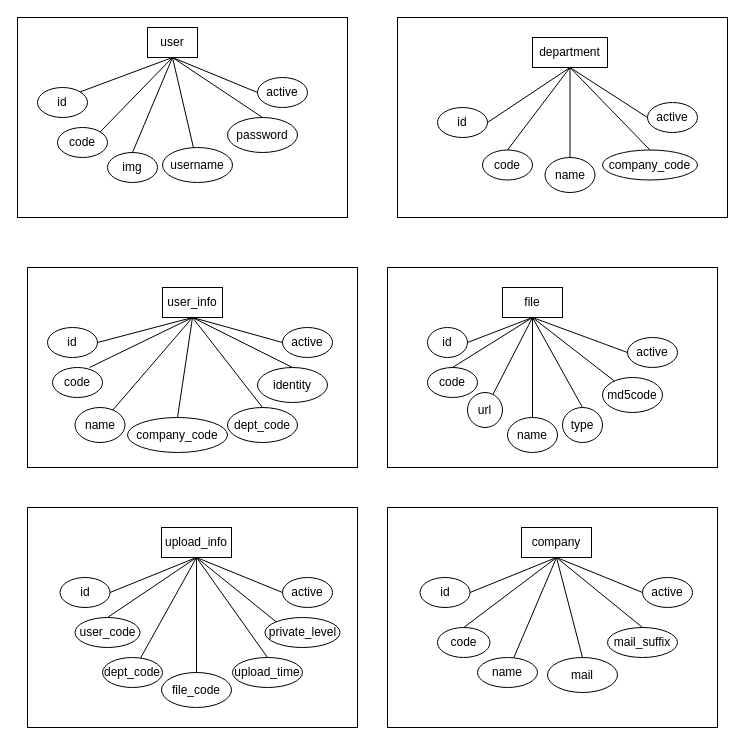
Above: er1.drawio in ppp-203/ppp-203 (draw.io), before the change. Source tidied: cells renumbered, new cells numbered last; positions are measured from the earlier drawing's top-left corner, leaving out a move shared by most shapes. Both pictures are drawn from the tidied source at 100%, with x=0, y=0 at pixel (17, 17).
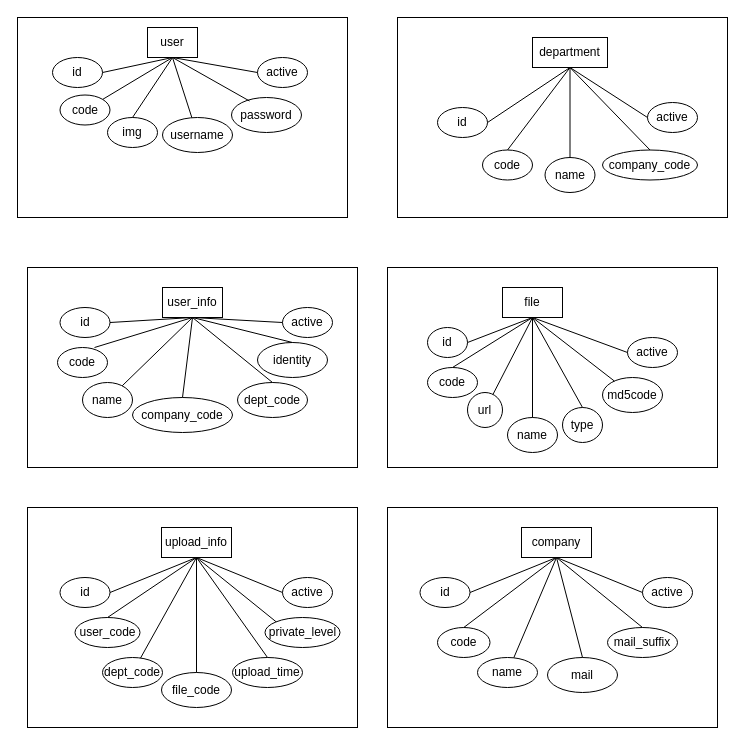
Above is the later version.

Unchanged cells that the change refers to:
```xml
<mxCell id="3" value="user" style="rounded=0;whiteSpace=wrap;html=1;" parent="1" vertex="1">
  <mxGeometry x="130" y="10" width="50" height="30" as="geometry" />
</mxCell>
```

Diff of the diagram source:
```diff
@@
     <mxCell id="4" value="id" style="ellipse;whiteSpace=wrap;html=1;" parent="1" vertex="1">
-      <mxGeometry x="20" y="70" width="50" height="30" as="geometry" />
+      <mxGeometry x="35" y="40" width="50" height="30" as="geometry" />
     </mxCell>
     <mxCell id="5" value="code" style="ellipse;whiteSpace=wrap;html=1;" parent="1" vertex="1">
-      <mxGeometry x="40" y="110" width="50" height="30" as="geometry" />
+      <mxGeometry x="42.5" y="77.5" width="50" height="30" as="geometry" />
     </mxCell>
     <mxCell id="6" value="username" style="ellipse;whiteSpace=wrap;html=1;" parent="1" vertex="1">
-      <mxGeometry x="145" y="130" width="70" height="35" as="geometry" />
+      <mxGeometry x="145" y="100" width="70" height="35" as="geometry" />
     </mxCell>
     <mxCell id="7" value="password" style="ellipse;whiteSpace=wrap;html=1;" parent="1" vertex="1">
-      <mxGeometry x="210" y="100" width="70" height="35" as="geometry" />
+      <mxGeometry x="214" y="80" width="70" height="35" as="geometry" />
     </mxCell>
     <mxCell id="8" value="active" style="ellipse;whiteSpace=wrap;html=1;" parent="1" vertex="1">
-      <mxGeometry x="240" y="60" width="50" height="30" as="geometry" />
+      <mxGeometry x="240" y="40" width="50" height="30" as="geometry" />
     </mxCell>
-    <mxCell id="9" style="endArrow=none;html=1;rounded=0;exitX=1;exitY=0;exitDx=0;exitDy=0;entryX=0.5;entryY=1;entryDx=0;entryDy=0;" parent="1" edge="1" source="4" target="3">
+    <mxCell id="9" style="endArrow=none;html=1;rounded=0;exitX=1;exitY=0.5;exitDx=0;exitDy=0;entryX=0.5;entryY=1;entryDx=0;entryDy=0;" parent="1" edge="1" source="4" target="3">
       <mxGeometry relative="1" as="geometry" />
     </mxCell>
@@
-    <mxCell id="12" style="endArrow=none;html=1;rounded=0;exitX=0.5;exitY=0;exitDx=0;exitDy=0;entryX=0.5;entryY=1;entryDx=0;entryDy=0;" parent="1" edge="1" source="7" target="3">
+    <mxCell id="12" style="endArrow=none;html=1;rounded=0;exitX=0.257;exitY=0.1;exitDx=0;exitDy=0;entryX=0.5;entryY=1;entryDx=0;entryDy=0;exitPerimeter=0;" parent="1" edge="1" source="7" target="3">
       <mxGeometry relative="1" as="geometry" />
     </mxCell>
@@
     <mxCell id="16" value="id" style="ellipse;whiteSpace=wrap;html=1;" parent="1" vertex="1">
-      <mxGeometry x="30" y="310" width="50" height="30" as="geometry" />
+      <mxGeometry x="42.5" y="290" width="50" height="30" as="geometry" />
     </mxCell>
     <mxCell id="17" value="code" style="ellipse;whiteSpace=wrap;html=1;" parent="1" vertex="1">
-      <mxGeometry x="35" y="350" width="50" height="30" as="geometry" />
+      <mxGeometry x="40" y="330" width="50" height="30" as="geometry" />
     </mxCell>
     <mxCell id="18" value="name" style="ellipse;whiteSpace=wrap;html=1;" parent="1" vertex="1">
-      <mxGeometry x="57.5" y="390" width="50" height="35" as="geometry" />
+      <mxGeometry x="65" y="365" width="50" height="35" as="geometry" />
     </mxCell>
     <mxCell id="19" value="identity" style="ellipse;whiteSpace=wrap;html=1;" parent="1" vertex="1">
-      <mxGeometry x="240" y="350" width="70" height="35" as="geometry" />
+      <mxGeometry x="240" y="325" width="70" height="35" as="geometry" />
     </mxCell>
     <mxCell id="20" value="active" style="ellipse;whiteSpace=wrap;html=1;" parent="1" vertex="1">
-      <mxGeometry x="265" y="310" width="50" height="30" as="geometry" />
+      <mxGeometry x="265" y="290" width="50" height="30" as="geometry" />
     </mxCell>
@@
     <mxCell id="26" value="dept_code" style="ellipse;whiteSpace=wrap;html=1;" parent="1" vertex="1">
-      <mxGeometry x="210" y="390" width="70" height="35" as="geometry" />
+      <mxGeometry x="220" y="365" width="70" height="35" as="geometry" />
     </mxCell>
@@
     <mxCell id="70" value="img" style="ellipse;whiteSpace=wrap;html=1;" parent="1" vertex="1">
-      <mxGeometry x="90" y="135" width="50" height="30" as="geometry" />
+      <mxGeometry x="90" y="100" width="50" height="30" as="geometry" />
     </mxCell>
@@
     <mxCell id="88" value="company_code" style="ellipse;whiteSpace=wrap;html=1;" parent="1" vertex="1">
-      <mxGeometry x="110" y="400" width="100" height="35" as="geometry" />
+      <mxGeometry x="115" y="380" width="100" height="35" as="geometry" />
     </mxCell>
```
